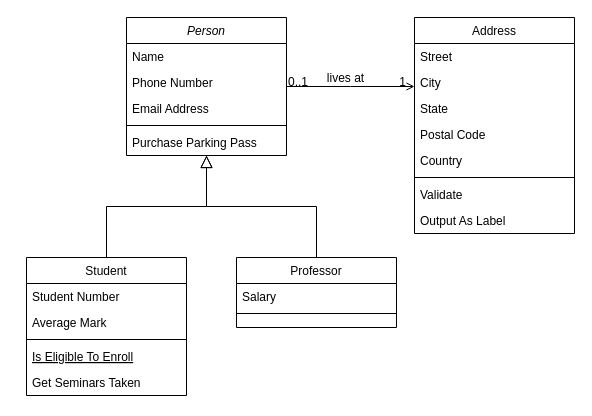
irinaandonova/Diagrams keeps this draw.io diagram as Diagrams/Diagrams/Неозаглавена диаграма.drawio. Above is the earlier version. Source tidied: cells renumbered, new cells numbered last; positions are measured from the earlier drawing's top-left corner, leaving out a move shared by most shapes. Both pictures are drawn from the tidied source at 100%, with x=0, y=0 at pixel (26, 17).
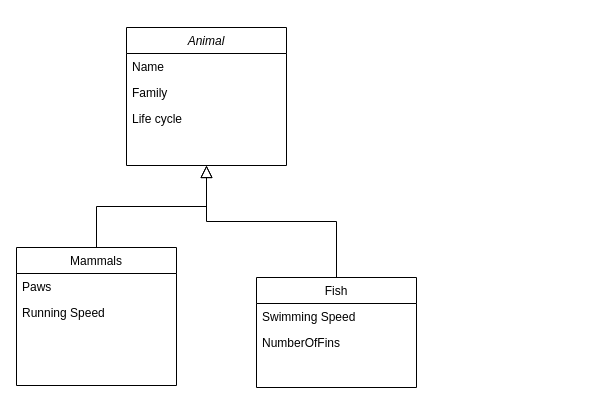
The same page after the edit.

Diff of the diagram source:
```diff
@@
-    <mxCell id="2" value="Person" style="swimlane;fontStyle=2;align=center;verticalAlign=top;horizontal=1;startSize=26;rounded=0;shadow=0;strokeWidth=1;" parent="1" vertex="1">
-      <mxGeometry x="100" width="160" height="138" as="geometry" />
+    <mxCell id="2" value="Animal" style="swimlane;fontStyle=2;align=center;verticalAlign=top;horizontal=1;startSize=26;rounded=0;shadow=0;strokeWidth=1;" parent="1" vertex="1">
+      <mxGeometry x="100" y="10" width="160" height="138" as="geometry" />
     </mxCell>
@@
-    <mxCell id="4" value="Phone Number" style="text;align=left;verticalAlign=top;spacingLeft=4;spacingRight=4;overflow=hidden;rounded=0;shadow=0;html=0;" parent="2" vertex="1">
+    <mxCell id="4" value="Family" style="text;align=left;verticalAlign=top;spacingLeft=4;spacingRight=4;overflow=hidden;rounded=0;shadow=0;html=0;" parent="2" vertex="1">
       <mxGeometry y="52" width="160" height="26" as="geometry" />
     </mxCell>
-    <mxCell id="5" value="Email Address" style="text;align=left;verticalAlign=top;spacingLeft=4;spacingRight=4;overflow=hidden;rounded=0;shadow=0;html=0;" parent="2" vertex="1">
+    <mxCell id="5" value="Life cycle" style="text;align=left;verticalAlign=top;spacingLeft=4;spacingRight=4;overflow=hidden;rounded=0;shadow=0;html=0;" parent="2" vertex="1">
       <mxGeometry y="78" width="160" height="26" as="geometry" />
     </mxCell>
-    <mxCell id="6" style="line;html=1;strokeWidth=1;align=left;verticalAlign=middle;spacingTop=-1;spacingLeft=3;spacingRight=3;labelPosition=right;" parent="2" vertex="1">
-      <mxGeometry y="104" width="160" height="8" as="geometry" />
-    </mxCell>
-    <mxCell id="7" value="Purchase Parking Pass" style="text;align=left;verticalAlign=top;spacingLeft=4;spacingRight=4;overflow=hidden;" parent="2" vertex="1">
-      <mxGeometry y="112" width="160" height="26" as="geometry" />
-    </mxCell>
-    <mxCell id="8" value="Student" style="swimlane;fontStyle=0;align=center;verticalAlign=top;horizontal=1;startSize=26;rounded=0;shadow=0;strokeWidth=1;" parent="1" vertex="1">
-      <mxGeometry y="240" width="160" height="138" as="geometry" />
+    <mxCell id="8" value="Mammals" style="swimlane;fontStyle=0;align=center;verticalAlign=top;horizontal=1;startSize=26;rounded=0;shadow=0;strokeWidth=1;" parent="1" vertex="1">
+      <mxGeometry x="-10" y="230" width="160" height="138" as="geometry" />
     </mxCell>
-    <mxCell id="9" value="Student Number" style="text;align=left;verticalAlign=top;spacingLeft=4;spacingRight=4;overflow=hidden;" parent="8" vertex="1">
-      <mxGeometry y="26" width="160" height="26" as="geometry" />
-    </mxCell>
-    <mxCell id="10" value="Average Mark" style="text;align=left;verticalAlign=top;spacingLeft=4;spacingRight=4;overflow=hidden;rounded=0;shadow=0;html=0;" parent="8" vertex="1">
-      <mxGeometry y="52" width="160" height="26" as="geometry" />
+    <mxCell id="10" value="Paws" style="text;align=left;verticalAlign=top;spacingLeft=4;spacingRight=4;overflow=hidden;rounded=0;shadow=0;html=0;" parent="8" vertex="1">
+      <mxGeometry y="26" width="160" height="26" as="geometry" />
     </mxCell>
-    <mxCell id="11" style="line;html=1;strokeWidth=1;align=left;verticalAlign=middle;spacingTop=-1;spacingLeft=3;spacingRight=3;labelPosition=right;" parent="8" vertex="1">
-      <mxGeometry y="78" width="160" height="8" as="geometry" />
-    </mxCell>
-    <mxCell id="12" value="Is Eligible To Enroll" style="text;align=left;verticalAlign=top;spacingLeft=4;spacingRight=4;overflow=hidden;fontStyle=4;" parent="8" vertex="1">
-      <mxGeometry y="86" width="160" height="26" as="geometry" />
-    </mxCell>
-    <mxCell id="13" value="Get Seminars Taken" style="text;align=left;verticalAlign=top;spacingLeft=4;spacingRight=4;overflow=hidden;" parent="8" vertex="1">
-      <mxGeometry y="112" width="160" height="26" as="geometry" />
+    <mxCell id="13" value="Running Speed" style="text;align=left;verticalAlign=top;spacingLeft=4;spacingRight=4;overflow=hidden;" parent="8" vertex="1">
+      <mxGeometry y="52" width="160" height="26" as="geometry" />
     </mxCell>
@@
-    <mxCell id="15" value="Professor" style="swimlane;fontStyle=0;align=center;verticalAlign=top;horizontal=1;startSize=26;rounded=0;shadow=0;strokeWidth=1;" parent="1" vertex="1">
-      <mxGeometry x="210" y="240" width="160" height="70" as="geometry" />
+    <mxCell id="15" value="Fish" style="swimlane;fontStyle=0;align=center;verticalAlign=top;horizontal=1;startSize=26;rounded=0;shadow=0;strokeWidth=1;" parent="1" vertex="1">
+      <mxGeometry x="230" y="260" width="160" height="110" as="geometry" />
     </mxCell>
-    <mxCell id="16" value="Salary" style="text;align=left;verticalAlign=top;spacingLeft=4;spacingRight=4;overflow=hidden;" parent="15" vertex="1">
+    <mxCell id="16" value="Swimming Speed" style="text;align=left;verticalAlign=top;spacingLeft=4;spacingRight=4;overflow=hidden;" parent="15" vertex="1">
       <mxGeometry y="26" width="160" height="26" as="geometry" />
     </mxCell>
-    <mxCell id="17" style="line;html=1;strokeWidth=1;align=left;verticalAlign=middle;spacingTop=-1;spacingLeft=3;spacingRight=3;labelPosition=right;" parent="15" vertex="1">
-      <mxGeometry y="52" width="160" height="8" as="geometry" />
-    </mxCell>
+    <mxCell id="32" value="NumberOfFins" style="text;align=left;verticalAlign=top;spacingLeft=4;spacingRight=4;overflow=hidden;" parent="15" vertex="1">
+      <mxGeometry y="52" width="160" height="26" as="geometry" />
+    </mxCell>
@@
-    <mxCell id="19" value="Address" style="swimlane;fontStyle=0;align=center;verticalAlign=top;horizontal=1;startSize=26;rounded=0;shadow=0;strokeWidth=1;" parent="1" vertex="1">
-      <mxGeometry x="388" width="160" height="216" as="geometry" />
-    </mxCell>
-    <mxCell id="20" value="Street" style="text;align=left;verticalAlign=top;spacingLeft=4;spacingRight=4;overflow=hidden;" parent="19" vertex="1">
-      <mxGeometry y="26" width="160" height="26" as="geometry" />
-    </mxCell>
-    <mxCell id="21" value="City" style="text;align=left;verticalAlign=top;spacingLeft=4;spacingRight=4;overflow=hidden;rounded=0;shadow=0;html=0;" parent="19" vertex="1">
-      <mxGeometry y="52" width="160" height="26" as="geometry" />
-    </mxCell>
-    <mxCell id="22" value="State" style="text;align=left;verticalAlign=top;spacingLeft=4;spacingRight=4;overflow=hidden;rounded=0;shadow=0;html=0;" parent="19" vertex="1">
-      <mxGeometry y="78" width="160" height="26" as="geometry" />
-    </mxCell>
-    <mxCell id="23" value="Postal Code" style="text;align=left;verticalAlign=top;spacingLeft=4;spacingRight=4;overflow=hidden;rounded=0;shadow=0;html=0;" parent="19" vertex="1">
-      <mxGeometry y="104" width="160" height="26" as="geometry" />
-    </mxCell>
-    <mxCell id="24" value="Country" style="text;align=left;verticalAlign=top;spacingLeft=4;spacingRight=4;overflow=hidden;rounded=0;shadow=0;html=0;" parent="19" vertex="1">
-      <mxGeometry y="130" width="160" height="26" as="geometry" />
-    </mxCell>
-    <mxCell id="25" style="line;html=1;strokeWidth=1;align=left;verticalAlign=middle;spacingTop=-1;spacingLeft=3;spacingRight=3;labelPosition=right;" parent="19" vertex="1">
-      <mxGeometry y="156" width="160" height="8" as="geometry" />
-    </mxCell>
-    <mxCell id="26" value="Validate" style="text;align=left;verticalAlign=top;spacingLeft=4;spacingRight=4;overflow=hidden;" parent="19" vertex="1">
-      <mxGeometry y="164" width="160" height="26" as="geometry" />
-    </mxCell>
-    <mxCell id="27" value="Output As Label" style="text;align=left;verticalAlign=top;spacingLeft=4;spacingRight=4;overflow=hidden;" parent="19" vertex="1">
-      <mxGeometry y="190" width="160" height="26" as="geometry" />
-    </mxCell>
-    <mxCell id="28" style="endArrow=open;shadow=0;strokeWidth=1;rounded=0;endFill=1;edgeStyle=elbowEdgeStyle;elbow=vertical;" parent="1" edge="1" source="2" target="19">
-      <mxGeometry x="0.5" y="41" relative="1" as="geometry">
-        <mxPoint x="-40" y="32" as="offset" />
-      </mxGeometry>
-    </mxCell>
-    <mxCell id="29" value="0..1" style="align=left;verticalAlign=bottom;labelBackgroundColor=none;fontSize=12;" parent="28" vertex="1">
-      <mxGeometry x="-1" relative="1" as="geometry">
-        <mxPoint y="4" as="offset" />
-      </mxGeometry>
-    </mxCell>
-    <mxCell id="30" value="1" style="align=right;verticalAlign=bottom;labelBackgroundColor=none;fontSize=12;" parent="28" vertex="1">
-      <mxGeometry x="1" relative="1" as="geometry">
-        <mxPoint x="-7" y="4" as="offset" />
-      </mxGeometry>
-    </mxCell>
-    <mxCell id="31" value="lives at" style="text;html=1;align=center;verticalAlign=middle;labelBackgroundColor=none;rounded=0;shadow=0;strokeWidth=1;fontSize=12;" parent="28" vertex="1">
-      <mxGeometry x="0.5" y="49" relative="1" as="geometry">
-        <mxPoint x="-38" y="40" as="offset" />
-      </mxGeometry>
-    </mxCell>
```
